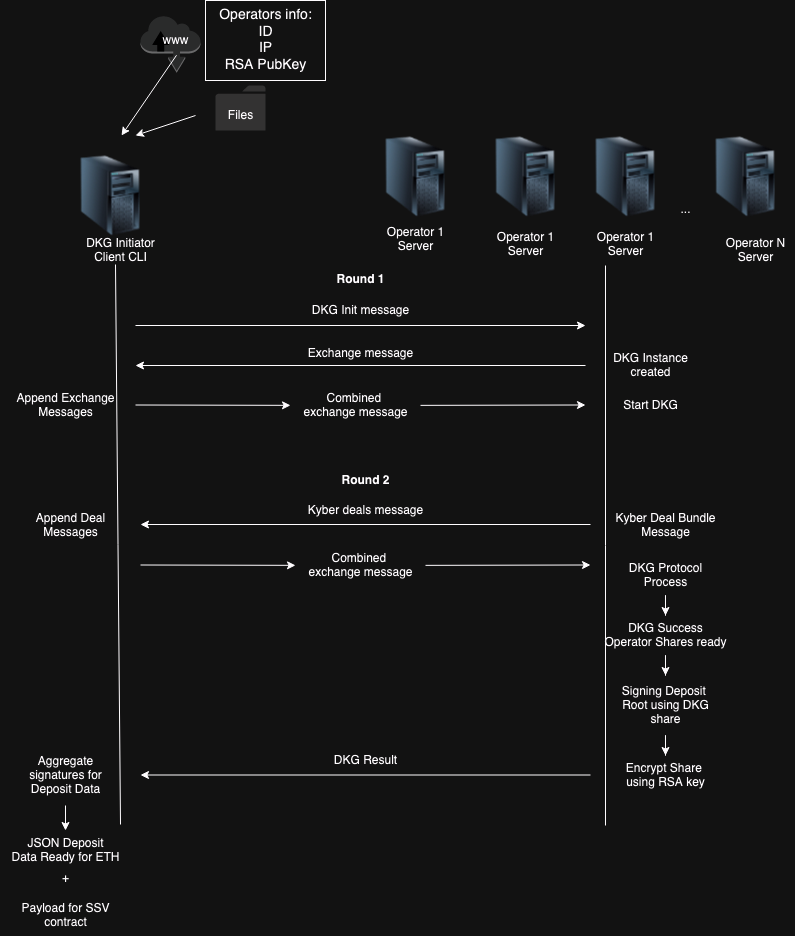
The draw.io diagram imgs/DKGinit.drawio.png in ssvlabs/ssv-dkg, before a commit. Source tidied: cells renumbered, new cells last; positions are measured from the earlier drawing's top-left corner, leaving out a move shared by most shapes.
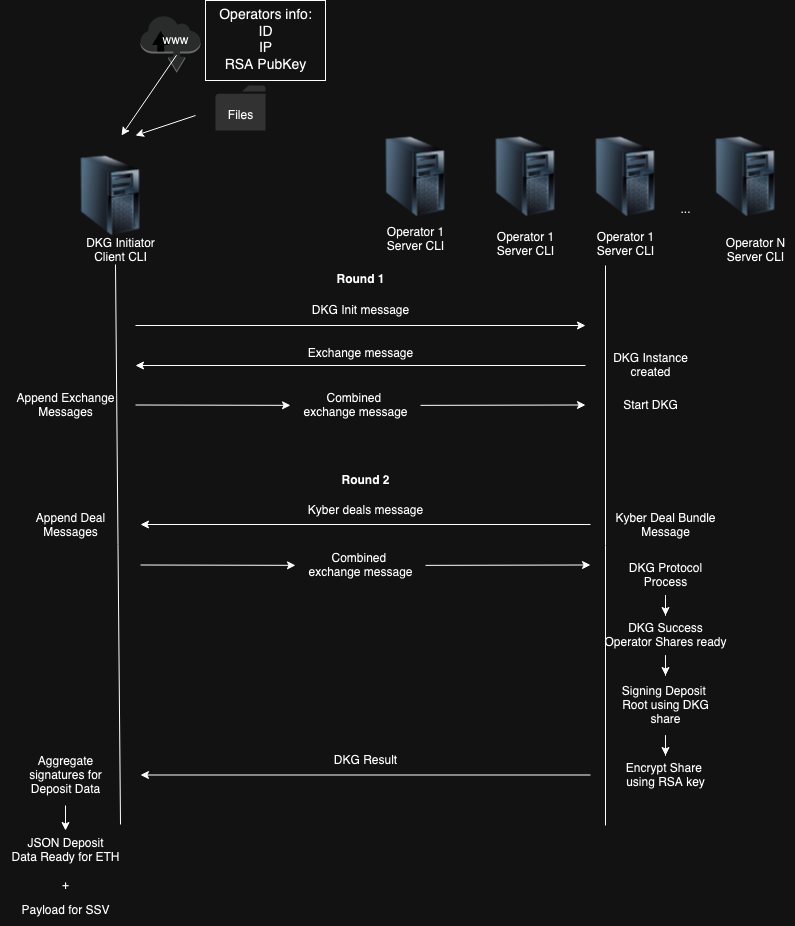
The same file after the commit.

Change to the diagram source:
```diff
@@ -11,7 +11,7 @@
     <mxCell id="4" style="image;html=1;image=img/lib/clip_art/computers/Server_Tower_128x128.png;" parent="1" vertex="1">
       <mxGeometry x="375" y="136" width="80" height="80" as="geometry" />
     </mxCell>
-    <mxCell id="5" value="&lt;div&gt;Operator 1&lt;/div&gt;&lt;div&gt;Server&lt;br&gt;&lt;/div&gt;" style="text;html=1;align=center;verticalAlign=middle;strokeColor=none;fillColor=none;" parent="1" vertex="1">
+    <mxCell id="5" value="&lt;div&gt;Operator 1&lt;/div&gt;&lt;div&gt;Server CLI&lt;/div&gt;" style="text;html=1;align=center;verticalAlign=middle;strokeColor=none;fillColor=none;" parent="1" vertex="1">
       <mxGeometry x="375" y="219" width="80" height="40" as="geometry" />
     </mxCell>
     <mxCell id="6" style="image;html=1;image=img/lib/clip_art/computers/Server_Tower_128x128.png;" parent="1" vertex="1">
@@ -44,13 +44,13 @@
         <mxPoint x="605" y="265" as="targetPoint" />
       </mxGeometry>
     </mxCell>
-    <mxCell id="13" value="&lt;div&gt;Operator 1&lt;/div&gt;&lt;div&gt;Server&lt;br&gt;&lt;/div&gt;" style="text;html=1;align=center;verticalAlign=middle;strokeColor=none;fillColor=none;" parent="1" vertex="1">
+    <mxCell id="13" value="&lt;div&gt;Operator 1&lt;/div&gt;&lt;div&gt;Server CLI&lt;/div&gt;" style="text;html=1;align=center;verticalAlign=middle;strokeColor=none;fillColor=none;" parent="1" vertex="1">
       <mxGeometry x="485" y="224" width="80" height="40" as="geometry" />
     </mxCell>
-    <mxCell id="14" value="&lt;div&gt;Operator 1&lt;/div&gt;&lt;div&gt;Server&lt;br&gt;&lt;/div&gt;" style="text;html=1;align=center;verticalAlign=middle;strokeColor=none;fillColor=none;" parent="1" vertex="1">
+    <mxCell id="14" value="&lt;div&gt;Operator 1&lt;/div&gt;&lt;div&gt;Server CLI&lt;/div&gt;" style="text;html=1;align=center;verticalAlign=middle;strokeColor=none;fillColor=none;" parent="1" vertex="1">
       <mxGeometry x="585" y="224" width="80" height="40" as="geometry" />
     </mxCell>
-    <mxCell id="15" value="&lt;div&gt;Operator N&lt;br&gt;&lt;/div&gt;&lt;div&gt;Server&lt;br&gt;&lt;/div&gt;" style="text;html=1;align=center;verticalAlign=middle;strokeColor=none;fillColor=none;" parent="1" vertex="1">
+    <mxCell id="15" value="&lt;div&gt;Operator N&lt;br&gt;&lt;/div&gt;&lt;div&gt;Server CLI&lt;/div&gt;" style="text;html=1;align=center;verticalAlign=middle;strokeColor=none;fillColor=none;" parent="1" vertex="1">
       <mxGeometry x="715" y="230" width="80" height="40" as="geometry" />
     </mxCell>
     <mxCell id="16" style="edgeStyle=none;orthogonalLoop=1;jettySize=auto;html=1;rounded=0;" parent="1" edge="1">
@@ -177,8 +177,8 @@
     <mxCell id="49" value="&lt;div&gt;Signing Deposit&amp;nbsp;&lt;/div&gt;&lt;div&gt;Root using DKG&lt;/div&gt;&lt;div&gt;share&lt;br&gt;&lt;/div&gt;" style="text;html=1;align=center;verticalAlign=middle;points=[];strokeColor=none;fillColor=none;" parent="1" vertex="1">
       <mxGeometry x="610" y="675" width="110" height="60" as="geometry" />
     </mxCell>
-    <mxCell id="50" value="&lt;div&gt;Payload for SSV&lt;/div&gt;&lt;div&gt;contract&lt;/div&gt;" style="text;html=1;align=center;verticalAlign=middle;strokeColor=none;fillColor=none;" parent="1" vertex="1">
-      <mxGeometry x="10" y="895" width="110" height="40" as="geometry" />
+    <mxCell id="50" value="Payload for SSV" style="text;html=1;align=center;verticalAlign=middle;strokeColor=none;fillColor=none;" parent="1" vertex="1">
+      <mxGeometry x="10" y="895" width="110" height="30" as="geometry" />
     </mxCell>
     <mxCell id="51" value="&lt;div&gt;Encrypt Share&amp;nbsp;&lt;/div&gt;&lt;div&gt;using RSA key&lt;br&gt;&lt;/div&gt;" style="text;html=1;align=center;verticalAlign=middle;points=[];strokeColor=none;fillColor=none;" parent="1" vertex="1">
       <mxGeometry x="615" y="755" width="100" height="40" as="geometry" />
@@ -190,7 +190,7 @@
       <mxGeometry x="15" y="745" width="100" height="60" as="geometry" />
     </mxCell>
     <mxCell id="54" value="+" style="text;html=1;align=center;verticalAlign=middle;strokeColor=none;fillColor=none;" parent="1" vertex="1">
-      <mxGeometry x="50" y="863" width="30" height="30" as="geometry" />
+      <mxGeometry x="50" y="870" width="30" height="30" as="geometry" />
     </mxCell>
   </root>
 </mxGraphModel>
```
